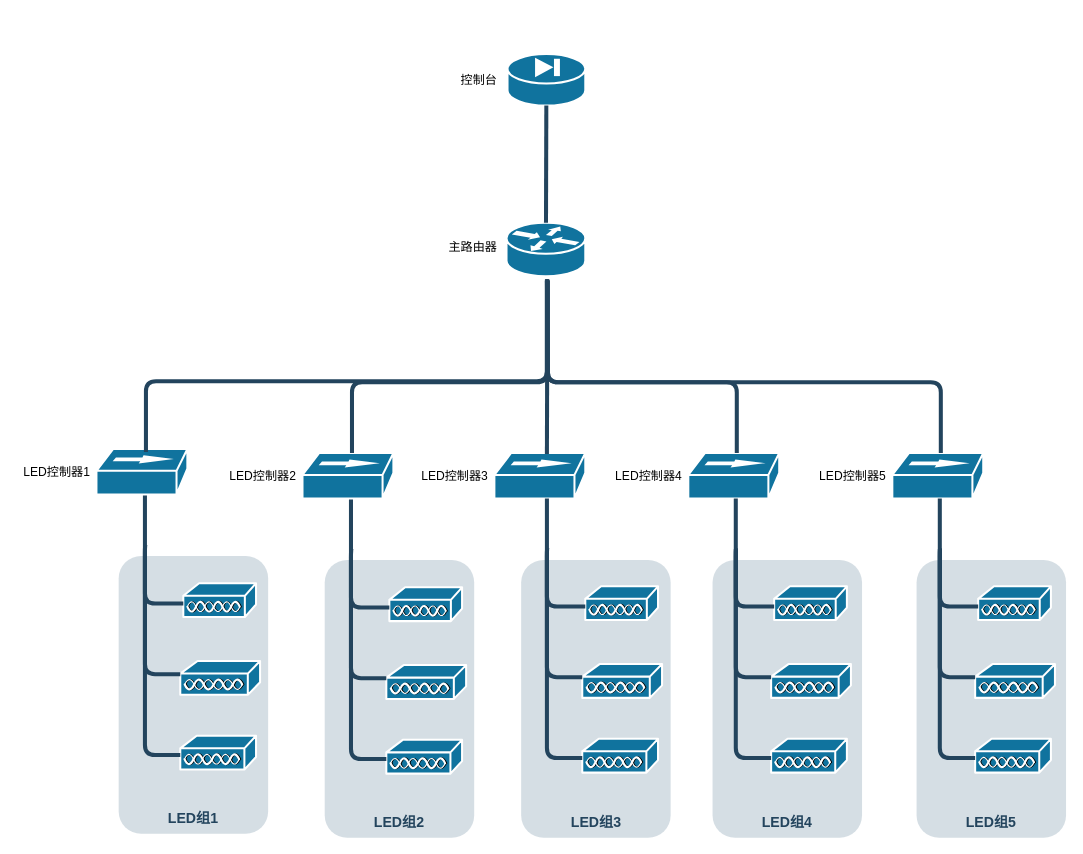
toxic80L/git-test keeps this draw.io diagram as 未命名绘图.drawio. Above is the earlier version. Source tidied: cells renumbered, new cells numbered last; positions are measured from the earlier drawing's top-left corner, leaving out a move shared by most shapes. Both pictures are drawn from the tidied source at 101%, with x=0, y=0 at pixel (17, 54).
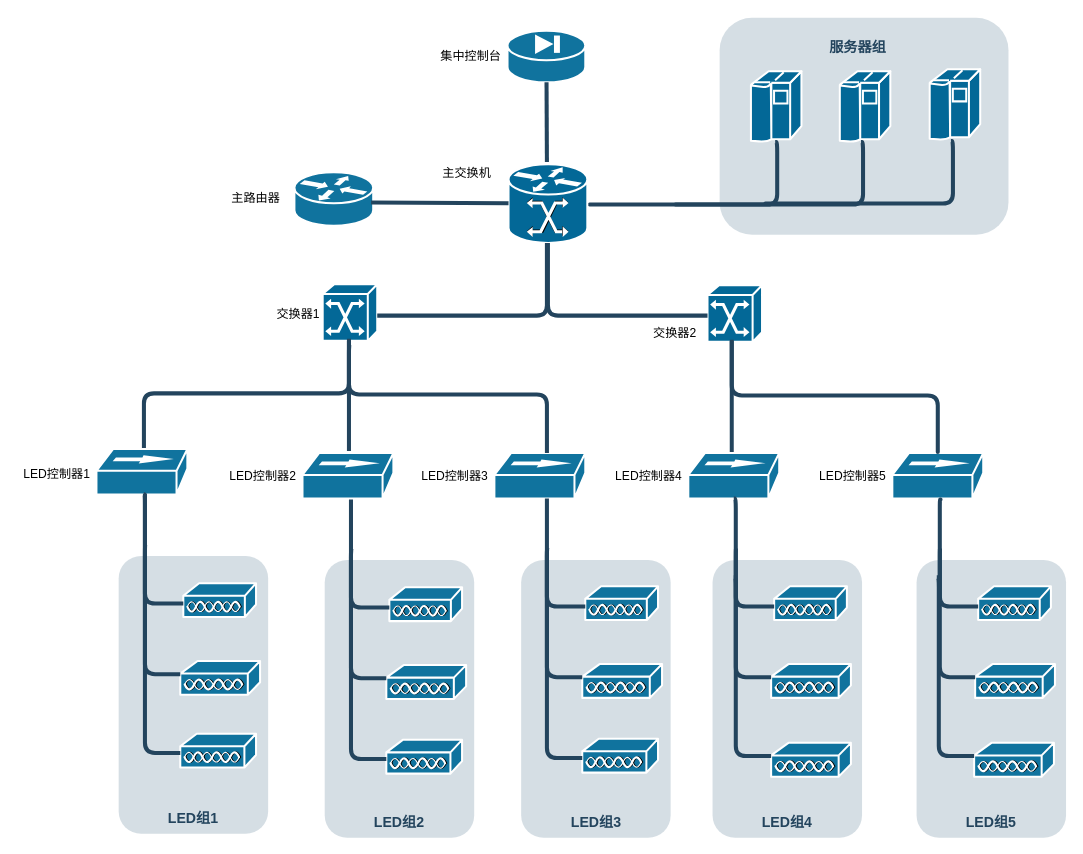
The same page after the edit.

The change refers to these unchanged cells:
```xml
<mxCell id="7" style="shape=mxgraph.cisco.hubs_and_gateways.100baset_hub;html=1;dashed=0;fillColor=#10739E;strokeColor=#ffffff;strokeWidth=2;verticalLabelPosition=bottom;verticalAlign=top;fontFamily=Helvetica;fontSize=36;fontColor=#FFB366;" parent="1" vertex="1">
  <mxGeometry x="472" y="395" width="90" height="45" as="geometry" />
</mxCell>
<mxCell id="8" style="shape=mxgraph.cisco.hubs_and_gateways.100baset_hub;html=1;dashed=0;fillColor=#10739E;strokeColor=#ffffff;strokeWidth=2;verticalLabelPosition=bottom;verticalAlign=top;fontFamily=Helvetica;fontSize=36;fontColor=#FFB366;" parent="1" vertex="1">
  <mxGeometry x="664" y="395" width="90" height="45" as="geometry" />
</mxCell>
<mxCell id="42" style="shape=mxgraph.cisco.hubs_and_gateways.100baset_hub;html=1;dashed=0;fillColor=#10739E;strokeColor=#ffffff;strokeWidth=2;verticalLabelPosition=bottom;verticalAlign=top;fontFamily=Helvetica;fontSize=36;fontColor=#FFB366;" parent="1" vertex="1">
  <mxGeometry x="78" y="391" width="90" height="45" as="geometry" />
</mxCell>
```

What changed in the source:
```diff
@@
+    <mxCell id="62" style="rounded=1;whiteSpace=wrap;html=1;strokeColor=none;fillColor=#BAC8D3;fontSize=24;fontColor=#23445D;align=center;opacity=60;imageAspect=1;shadow=0;" parent="1" vertex="1">
+      <mxGeometry x="695" y="-36" width="286" height="215" as="geometry" />
+    </mxCell>
@@
     <mxCell id="5" style="shape=mxgraph.cisco.security.pix_firewall;html=1;dashed=0;fillColor=#10739E;strokeColor=#ffffff;strokeWidth=2;verticalLabelPosition=bottom;verticalAlign=top;fontFamily=Helvetica;fontSize=36;fontColor=#FFB366;" parent="1" vertex="1">
-      <mxGeometry x="485" width="77" height="51" as="geometry" />
+      <mxGeometry x="485" y="-23" width="77" height="51" as="geometry" />
     </mxCell>
     <mxCell id="6" style="shape=mxgraph.cisco.routers.router;html=1;dashed=0;fillColor=#10739E;strokeColor=#ffffff;strokeWidth=2;verticalLabelPosition=bottom;verticalAlign=top;fontFamily=Helvetica;fontSize=36;fontColor=#FFB366;" parent="1" vertex="1">
-      <mxGeometry x="484" y="167" width="78" height="53" as="geometry" />
+      <mxGeometry x="274" y="117" width="78" height="53" as="geometry" />
     </mxCell>
@@
-    <mxCell id="9" style="elbow=horizontal;endArrow=none;html=1;strokeColor=#23445D;endFill=0;strokeWidth=4;rounded=1;" parent="1" edge="1" source="5" target="6">
-      <mxGeometry relative="1" as="geometry" />
+    <mxCell id="9" style="elbow=horizontal;endArrow=none;html=1;strokeColor=#23445D;endFill=0;strokeWidth=4;rounded=1;" parent="1" edge="1" source="5">
+      <mxGeometry relative="1" as="geometry">
+        <mxPoint x="524" y="107" as="targetPoint" />
+      </mxGeometry>
     </mxCell>
@@
-    <mxCell id="12" style="edgeStyle=orthogonalEdgeStyle;rounded=1;html=1;strokeColor=#23445D;endArrow=none;endFill=0;strokeWidth=4;" parent="1" edge="1">
-      <mxGeometry relative="1" as="geometry">
-        <mxPoint x="524" y="224" as="sourcePoint" />
-        <mxPoint x="331" y="395" as="targetPoint" />
-        <Array as="points">
-          <mxPoint x="524" y="325" />
-          <mxPoint x="331" y="325" />
-        </Array>
-      </mxGeometry>
-    </mxCell>
-    <mxCell id="13" style="edgeStyle=orthogonalEdgeStyle;rounded=1;html=1;strokeColor=#23445D;endArrow=none;endFill=0;strokeWidth=4;" parent="1" edge="1">
-      <mxGeometry relative="1" as="geometry">
-        <mxPoint x="525" y="224" as="sourcePoint" />
-        <mxPoint x="712" y="395" as="targetPoint" />
-        <Array as="points">
-          <mxPoint x="525" y="325" />
-          <mxPoint x="712" y="325" />
-          <mxPoint x="712" y="395" />
-        </Array>
-      </mxGeometry>
-    </mxCell>
-    <mxCell id="14" style="edgeStyle=elbowEdgeStyle;elbow=horizontal;endArrow=none;html=1;strokeColor=#23445D;endFill=0;strokeWidth=4;rounded=1;entryX=0.578;entryY=0.089;entryDx=0;entryDy=0;entryPerimeter=0;" parent="1" edge="1">
-      <mxGeometry relative="1" as="geometry">
-        <mxPoint x="524.5" y="223" as="sourcePoint" />
-        <mxPoint x="524" y="396" as="targetPoint" />
-      </mxGeometry>
-    </mxCell>
@@
-    <mxCell id="28" style="shape=mxgraph.cisco.misc.access_point;html=1;dashed=0;fillColor=#10739E;strokeColor=#ffffff;strokeWidth=2;verticalLabelPosition=bottom;verticalAlign=top;fontFamily=Helvetica;fontSize=36;fontColor=#FFB366;" parent="1" vertex="1">
-      <mxGeometry x="746" y="678" width="75" height="34" as="geometry" />
-    </mxCell>
@@
-    <mxCell id="31" style="edgeStyle=orthogonalEdgeStyle;rounded=1;html=1;strokeColor=#23445D;endArrow=none;endFill=0;strokeWidth=4;" parent="1" edge="1">
+    <mxCell id="31" style="edgeStyle=orthogonalEdgeStyle;rounded=1;html=1;strokeColor=#23445D;endArrow=none;endFill=0;strokeWidth=4;exitX=0.5;exitY=1;exitDx=0;exitDy=0;exitPerimeter=0;" parent="1" edge="1" source="8">
       <mxGeometry relative="1" as="geometry">
-        <mxPoint x="712" y="488" as="sourcePoint" />
         <mxPoint x="746" y="617" as="targetPoint" />
         <Array as="points">
+          <mxPoint x="711" y="440" />
           <mxPoint x="711" y="617" />
         </Array>
       </mxGeometry>
     </mxCell>
-    <mxCell id="32" style="edgeStyle=orthogonalEdgeStyle;rounded=1;html=1;strokeColor=#23445D;endArrow=none;endFill=0;strokeWidth=4;exitX=0.3;exitY=1.044;exitDx=0;exitDy=0;exitPerimeter=0;" parent="1" edge="1">
-      <mxGeometry relative="1" as="geometry">
-        <mxPoint x="711" y="440" as="sourcePoint" />
-        <mxPoint x="746" y="697" as="targetPoint" />
-        <Array as="points">
-          <mxPoint x="711" y="697" />
-        </Array>
-      </mxGeometry>
-    </mxCell>
     <mxCell id="33" value="主路由器" style="text;html=1;strokeColor=none;fillColor=none;align=center;verticalAlign=middle;whiteSpace=wrap;rounded=0;" parent="1" vertex="1">
-      <mxGeometry x="421" y="177" width="60" height="30" as="geometry" />
+      <mxGeometry x="206" y="128" width="60" height="30" as="geometry" />
     </mxCell>
@@
-    <mxCell id="35" value="控制台" style="text;html=1;strokeColor=none;fillColor=none;align=center;verticalAlign=middle;whiteSpace=wrap;rounded=0;" parent="1" vertex="1">
-      <mxGeometry x="427" y="10.5" width="60" height="30" as="geometry" />
+    <mxCell id="35" value="集中控制台" style="text;html=1;strokeColor=none;fillColor=none;align=center;verticalAlign=middle;whiteSpace=wrap;rounded=0;" parent="1" vertex="1">
+      <mxGeometry x="411" y="-13" width="76" height="30" as="geometry" />
     </mxCell>
@@
-    <mxCell id="43" style="edgeStyle=orthogonalEdgeStyle;rounded=1;html=1;strokeColor=#23445D;endArrow=none;endFill=0;strokeWidth=4;" parent="1" edge="1">
-      <mxGeometry relative="1" as="geometry">
-        <mxPoint x="524" y="227" as="sourcePoint" />
-        <mxPoint x="127" y="394" as="targetPoint" />
-        <Array as="points">
-          <mxPoint x="524" y="223" />
-          <mxPoint x="524" y="324" />
-          <mxPoint x="127" y="324" />
-        </Array>
-      </mxGeometry>
-    </mxCell>
@@
-    <mxCell id="45" style="shape=mxgraph.cisco.misc.access_point;html=1;dashed=0;fillColor=#10739E;strokeColor=#ffffff;strokeWidth=2;verticalLabelPosition=bottom;verticalAlign=top;fontFamily=Helvetica;fontSize=36;fontColor=#FFB366;" parent="1" vertex="1">
-      <mxGeometry x="161" y="675" width="75" height="34" as="geometry" />
-    </mxCell>
@@
-    <mxCell id="48" style="edgeStyle=orthogonalEdgeStyle;rounded=1;html=1;strokeColor=#23445D;endArrow=none;endFill=0;strokeWidth=4;" parent="1" edge="1">
+    <mxCell id="48" style="edgeStyle=orthogonalEdgeStyle;rounded=1;html=1;strokeColor=#23445D;endArrow=none;endFill=0;strokeWidth=4;exitX=0.522;exitY=1;exitDx=0;exitDy=0;exitPerimeter=0;" parent="1" edge="1" source="42">
       <mxGeometry relative="1" as="geometry">
-        <mxPoint x="127" y="485" as="sourcePoint" />
         <mxPoint x="161" y="614" as="targetPoint" />
         <Array as="points">
+          <mxPoint x="126" y="436" />
           <mxPoint x="126" y="614" />
         </Array>
       </mxGeometry>
     </mxCell>
-    <mxCell id="49" style="edgeStyle=orthogonalEdgeStyle;rounded=1;html=1;strokeColor=#23445D;endArrow=none;endFill=0;strokeWidth=4;exitX=0.3;exitY=1.044;exitDx=0;exitDy=0;exitPerimeter=0;" parent="1" edge="1">
-      <mxGeometry relative="1" as="geometry">
-        <mxPoint x="126" y="437" as="sourcePoint" />
-        <mxPoint x="161" y="694" as="targetPoint" />
-        <Array as="points">
-          <mxPoint x="126" y="694" />
-        </Array>
-      </mxGeometry>
-    </mxCell>
     <mxCell id="50" value="LED控制器1" style="text;html=1;strokeColor=none;fillColor=none;align=center;verticalAlign=middle;whiteSpace=wrap;rounded=0;" parent="1" vertex="1">
-      <mxGeometry y="398.5" width="78" height="30" as="geometry" />
+      <mxGeometry y="401" width="78" height="30" as="geometry" />
     </mxCell>
@@
-    <mxCell id="53" style="edgeStyle=orthogonalEdgeStyle;rounded=1;html=1;strokeColor=#23445D;endArrow=none;endFill=0;strokeWidth=4;exitX=0.513;exitY=1.057;exitDx=0;exitDy=0;exitPerimeter=0;" parent="1" edge="1" source="6">
-      <mxGeometry relative="1" as="geometry">
-        <mxPoint x="914" y="395" as="targetPoint" />
-        <Array as="points">
-          <mxPoint x="525" y="325" />
-          <mxPoint x="914" y="325" />
-        </Array>
-      </mxGeometry>
-    </mxCell>
@@
-    <mxCell id="55" style="shape=mxgraph.cisco.misc.access_point;html=1;dashed=0;fillColor=#10739E;strokeColor=#ffffff;strokeWidth=2;verticalLabelPosition=bottom;verticalAlign=top;fontFamily=Helvetica;fontSize=36;fontColor=#FFB366;" parent="1" vertex="1">
-      <mxGeometry x="948" y="678" width="75" height="34" as="geometry" />
-    </mxCell>
@@
     <mxCell id="58" style="edgeStyle=orthogonalEdgeStyle;rounded=1;html=1;strokeColor=#23445D;endArrow=none;endFill=0;strokeWidth=4;" parent="1" edge="1">
       <mxGeometry relative="1" as="geometry">
-        <mxPoint x="914" y="488" as="sourcePoint" />
+        <mxPoint x="913" y="441" as="sourcePoint" />
         <mxPoint x="948" y="617" as="targetPoint" />
         <Array as="points">
+          <mxPoint x="914" y="441" />
+          <mxPoint x="913" y="441" />
           <mxPoint x="913" y="617" />
         </Array>
       </mxGeometry>
     </mxCell>
-    <mxCell id="59" style="edgeStyle=orthogonalEdgeStyle;rounded=1;html=1;strokeColor=#23445D;endArrow=none;endFill=0;strokeWidth=4;exitX=0.3;exitY=1.044;exitDx=0;exitDy=0;exitPerimeter=0;" parent="1" edge="1">
-      <mxGeometry relative="1" as="geometry">
-        <mxPoint x="913" y="440" as="sourcePoint" />
-        <mxPoint x="948" y="697" as="targetPoint" />
-        <Array as="points">
-          <mxPoint x="913" y="697" />
-        </Array>
-      </mxGeometry>
-    </mxCell>
@@
+    <mxCell id="63" style="shape=mxgraph.cisco.misc.access_point;html=1;dashed=0;fillColor=#10739E;strokeColor=#ffffff;strokeWidth=2;verticalLabelPosition=bottom;verticalAlign=top;fontFamily=Helvetica;fontSize=36;fontColor=#FFB366;" parent="1" vertex="1">
+      <mxGeometry x="161" y="673" width="75" height="34" as="geometry" />
+    </mxCell>
+    <mxCell id="64" style="edgeStyle=orthogonalEdgeStyle;rounded=1;html=1;strokeColor=#23445D;endArrow=none;endFill=0;strokeWidth=4;exitX=0.3;exitY=1.044;exitDx=0;exitDy=0;exitPerimeter=0;" parent="1" edge="1">
+      <mxGeometry relative="1" as="geometry">
+        <mxPoint x="126" y="435" as="sourcePoint" />
+        <mxPoint x="161" y="692" as="targetPoint" />
+        <Array as="points">
+          <mxPoint x="126" y="692" />
+        </Array>
+      </mxGeometry>
+    </mxCell>
+    <mxCell id="65" style="shape=mxgraph.cisco.computers_and_peripherals.ibm_mainframe;sketch=0;html=1;dashed=0;fillColor=#036897;strokeColor=#ffffff;strokeWidth=2;verticalLabelPosition=bottom;verticalAlign=top;align=center;" parent="1" vertex="1">
+      <mxGeometry x="726" y="17" width="50" height="70" as="geometry" />
+    </mxCell>
+    <mxCell id="66" style="shape=mxgraph.cisco.computers_and_peripherals.ibm_mainframe;sketch=0;html=1;dashed=0;fillColor=#036897;strokeColor=#ffffff;strokeWidth=2;verticalLabelPosition=bottom;verticalAlign=top;align=center;" parent="1" vertex="1">
+      <mxGeometry x="814" y="17" width="50" height="70" as="geometry" />
+    </mxCell>
+    <mxCell id="67" style="shape=mxgraph.cisco.computers_and_peripherals.ibm_mainframe;sketch=0;html=1;dashed=0;fillColor=#036897;strokeColor=#ffffff;strokeWidth=2;verticalLabelPosition=bottom;verticalAlign=top;align=center;" parent="1" vertex="1">
+      <mxGeometry x="903" y="15" width="50" height="70" as="geometry" />
+    </mxCell>
+    <mxCell id="68" style="edgeStyle=orthogonalEdgeStyle;rounded=1;html=1;strokeColor=#23445D;endArrow=none;endFill=0;strokeWidth=4;" parent="1" edge="1">
+      <mxGeometry relative="1" as="geometry">
+        <mxPoint x="568" y="149" as="sourcePoint" />
+        <mxPoint x="750" y="87" as="targetPoint" />
+        <Array as="points">
+          <mxPoint x="565" y="149" />
+          <mxPoint x="752" y="149" />
+          <mxPoint x="752" y="219" />
+        </Array>
+      </mxGeometry>
+    </mxCell>
+    <mxCell id="69" style="edgeStyle=orthogonalEdgeStyle;rounded=1;html=1;strokeColor=#23445D;endArrow=none;endFill=0;strokeWidth=4;" parent="1" edge="1">
+      <mxGeometry relative="1" as="geometry">
+        <mxPoint x="653" y="149" as="sourcePoint" />
+        <mxPoint x="835" y="87" as="targetPoint" />
+        <Array as="points">
+          <mxPoint x="650" y="149" />
+          <mxPoint x="837" y="149" />
+          <mxPoint x="837" y="219" />
+        </Array>
+      </mxGeometry>
+    </mxCell>
+    <mxCell id="70" style="edgeStyle=orthogonalEdgeStyle;rounded=1;html=1;strokeColor=#23445D;endArrow=none;endFill=0;strokeWidth=4;" parent="1" edge="1">
+      <mxGeometry relative="1" as="geometry">
+        <mxPoint x="742" y="148" as="sourcePoint" />
+        <mxPoint x="924" y="86" as="targetPoint" />
+        <Array as="points">
+          <mxPoint x="739" y="148" />
+          <mxPoint x="926" y="148" />
+          <mxPoint x="926" y="218" />
+        </Array>
+      </mxGeometry>
+    </mxCell>
+    <mxCell id="71" value="服务器组" style="rounded=1;whiteSpace=wrap;html=1;strokeColor=none;fillColor=none;fontSize=14;fontColor=#23445D;align=center;fontStyle=1;" parent="1" vertex="1">
+      <mxGeometry x="784" y="-17" width="96" height="19" as="geometry" />
+    </mxCell>
+    <mxCell id="72" style="shape=mxgraph.cisco.misc.access_point;html=1;dashed=0;fillColor=#10739E;strokeColor=#ffffff;strokeWidth=2;verticalLabelPosition=bottom;verticalAlign=top;fontFamily=Helvetica;fontSize=36;fontColor=#FFB366;" parent="1" vertex="1">
+      <mxGeometry x="746" y="682" width="79" height="34" as="geometry" />
+    </mxCell>
+    <mxCell id="73" style="edgeStyle=orthogonalEdgeStyle;rounded=1;html=1;strokeColor=#23445D;endArrow=none;endFill=0;strokeWidth=4;exitX=0.5;exitY=1;exitDx=0;exitDy=0;exitPerimeter=0;" parent="1" edge="1">
+      <mxGeometry relative="1" as="geometry">
+        <mxPoint x="709" y="518" as="sourcePoint" />
+        <mxPoint x="746" y="695" as="targetPoint" />
+        <Array as="points">
+          <mxPoint x="711" y="518" />
+          <mxPoint x="711" y="695" />
+        </Array>
+      </mxGeometry>
+    </mxCell>
+    <mxCell id="74" style="shape=mxgraph.cisco.misc.access_point;html=1;dashed=0;fillColor=#10739E;strokeColor=#ffffff;strokeWidth=2;verticalLabelPosition=bottom;verticalAlign=top;fontFamily=Helvetica;fontSize=36;fontColor=#FFB366;" parent="1" vertex="1">
+      <mxGeometry x="947" y="682" width="79" height="34" as="geometry" />
+    </mxCell>
+    <mxCell id="75" style="edgeStyle=orthogonalEdgeStyle;rounded=1;html=1;strokeColor=#23445D;endArrow=none;endFill=0;strokeWidth=4;exitX=0.5;exitY=1;exitDx=0;exitDy=0;exitPerimeter=0;" parent="1" edge="1">
+      <mxGeometry relative="1" as="geometry">
+        <mxPoint x="910" y="518" as="sourcePoint" />
+        <mxPoint x="947" y="695" as="targetPoint" />
+        <Array as="points">
+          <mxPoint x="912" y="518" />
+          <mxPoint x="912" y="695" />
+        </Array>
+      </mxGeometry>
+    </mxCell>
+    <mxCell id="76" style="shape=mxgraph.cisco.switches.atm_switch;sketch=0;html=1;dashed=0;fillColor=#036897;strokeColor=#ffffff;strokeWidth=2;verticalLabelPosition=bottom;verticalAlign=top;align=center;outlineConnect=0;" parent="1" vertex="1">
+      <mxGeometry x="302" y="228" width="54" height="56" as="geometry" />
+    </mxCell>
+    <mxCell id="77" style="shape=mxgraph.cisco.switches.mgx_8000_multiservice_switch;sketch=0;html=1;dashed=0;fillColor=#036897;strokeColor=#ffffff;strokeWidth=2;verticalLabelPosition=bottom;verticalAlign=top;align=center;outlineConnect=0;" parent="1" vertex="1">
+      <mxGeometry x="486" y="109" width="78" height="78" as="geometry" />
+    </mxCell>
+    <mxCell id="78" value="主交换机" style="text;html=1;strokeColor=none;fillColor=none;align=center;verticalAlign=middle;whiteSpace=wrap;rounded=0;" parent="1" vertex="1">
+      <mxGeometry x="415" y="103" width="60" height="30" as="geometry" />
+    </mxCell>
+    <mxCell id="79" style="elbow=horizontal;endArrow=none;html=1;strokeColor=#23445D;endFill=0;strokeWidth=4;rounded=1;entryX=0.974;entryY=0.566;entryDx=0;entryDy=0;entryPerimeter=0;" parent="1" edge="1" source="77" target="6">
+      <mxGeometry relative="1" as="geometry" />
+    </mxCell>
+    <mxCell id="80" style="shape=mxgraph.cisco.switches.atm_switch;sketch=0;html=1;dashed=0;fillColor=#036897;strokeColor=#ffffff;strokeWidth=2;verticalLabelPosition=bottom;verticalAlign=top;align=center;outlineConnect=0;" parent="1" vertex="1">
+      <mxGeometry x="683" y="229" width="54" height="56" as="geometry" />
+    </mxCell>
+    <mxCell id="81" style="edgeStyle=orthogonalEdgeStyle;rounded=1;html=1;strokeColor=#23445D;endArrow=none;endFill=0;strokeWidth=4;" parent="1" edge="1" target="76">
+      <mxGeometry relative="1" as="geometry">
+        <mxPoint x="524" y="187" as="sourcePoint" />
+        <Array as="points">
+          <mxPoint x="524" y="259" />
+        </Array>
+      </mxGeometry>
+    </mxCell>
+    <mxCell id="82" style="edgeStyle=orthogonalEdgeStyle;rounded=1;html=1;strokeColor=#23445D;endArrow=none;endFill=0;strokeWidth=4;" parent="1" edge="1" target="80">
+      <mxGeometry relative="1" as="geometry">
+        <mxPoint x="525" y="187" as="sourcePoint" />
+        <Array as="points">
+          <mxPoint x="525" y="259" />
+        </Array>
+      </mxGeometry>
+    </mxCell>
+    <mxCell id="83" style="edgeStyle=orthogonalEdgeStyle;rounded=1;html=1;strokeColor=#23445D;endArrow=none;endFill=0;strokeWidth=4;" parent="1" edge="1" source="76">
+      <mxGeometry relative="1" as="geometry">
+        <mxPoint x="125" y="390" as="targetPoint" />
+        <Array as="points">
+          <mxPoint x="328" y="336" />
+          <mxPoint x="125" y="336" />
+        </Array>
+      </mxGeometry>
+    </mxCell>
+    <mxCell id="84" style="edgeStyle=orthogonalEdgeStyle;rounded=1;html=1;strokeColor=#23445D;endArrow=none;endFill=0;strokeWidth=4;" parent="1" edge="1">
+      <mxGeometry relative="1" as="geometry">
+        <mxPoint x="330" y="287" as="sourcePoint" />
+        <mxPoint x="328" y="393" as="targetPoint" />
+        <Array as="points">
+          <mxPoint x="328" y="287" />
+        </Array>
+      </mxGeometry>
+    </mxCell>
+    <mxCell id="85" style="edgeStyle=orthogonalEdgeStyle;rounded=1;html=1;strokeColor=#23445D;endArrow=none;endFill=0;strokeWidth=4;entryX=0.578;entryY=0;entryDx=0;entryDy=0;entryPerimeter=0;" parent="1" edge="1" target="7">
+      <mxGeometry relative="1" as="geometry">
+        <mxPoint x="328" y="282" as="sourcePoint" />
+        <Array as="points">
+          <mxPoint x="328" y="337" />
+          <mxPoint x="524" y="337" />
+        </Array>
+      </mxGeometry>
+    </mxCell>
+    <mxCell id="86" style="elbow=horizontal;endArrow=none;html=1;strokeColor=#23445D;endFill=0;strokeWidth=4;rounded=1;entryX=0.478;entryY=-0.022;entryDx=0;entryDy=0;entryPerimeter=0;" parent="1" edge="1" target="8">
+      <mxGeometry relative="1" as="geometry">
+        <mxPoint x="707" y="284" as="sourcePoint" />
+      </mxGeometry>
+    </mxCell>
+    <mxCell id="87" style="edgeStyle=orthogonalEdgeStyle;rounded=1;html=1;strokeColor=#23445D;endArrow=none;endFill=0;strokeWidth=4;exitX=0.315;exitY=0.964;exitDx=0;exitDy=0;exitPerimeter=0;" parent="1" edge="1">
+      <mxGeometry relative="1" as="geometry">
+        <mxPoint x="707" y="283" as="sourcePoint" />
+        <mxPoint x="911" y="393" as="targetPoint" />
+        <Array as="points">
+          <mxPoint x="707" y="338" />
+          <mxPoint x="911" y="338" />
+          <mxPoint x="911" y="395" />
+        </Array>
+      </mxGeometry>
+    </mxCell>
+    <mxCell id="88" value="交换器1" style="text;html=1;strokeColor=none;fillColor=none;align=center;verticalAlign=middle;whiteSpace=wrap;rounded=0;" parent="1" vertex="1">
+      <mxGeometry x="248" y="243" width="60" height="30" as="geometry" />
+    </mxCell>
+    <mxCell id="89" value="交换器2" style="text;html=1;strokeColor=none;fillColor=none;align=center;verticalAlign=middle;whiteSpace=wrap;rounded=0;" parent="1" vertex="1">
+      <mxGeometry x="621" y="262" width="60" height="30" as="geometry" />
+    </mxCell>
```
